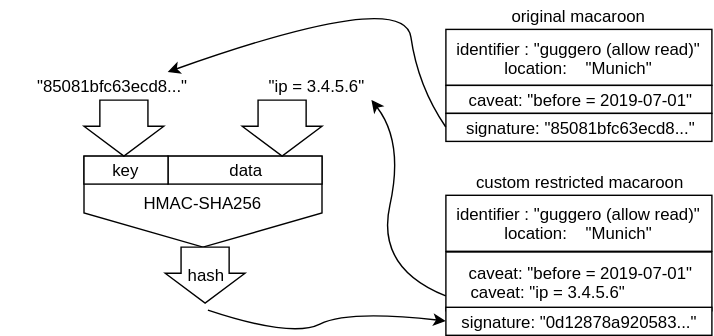
Earlier version of the draw.io export img/slides-06/macaroons-hash-chain-custom.svg (guggero/lightning-workshop). Source tidied: cells renumbered, new cells last; positions are measured from the earlier drawing's top-left corner, leaving out a move shared by most shapes.
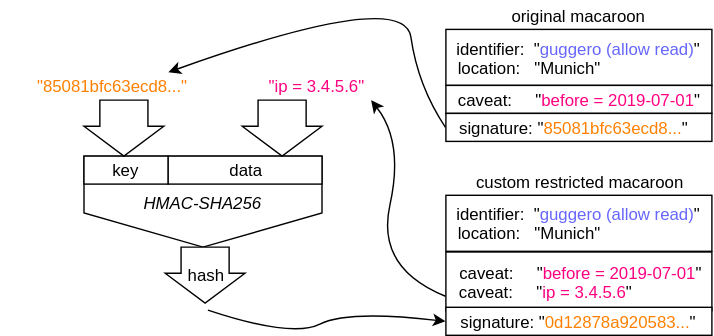
The same file after the commit.

Change to the diagram source:
```diff
@@ -2,16 +2,16 @@
   <root>
     <mxCell id="0" />
     <mxCell id="1" parent="0" />
-    <mxCell id="2" value="&lt;font style=&quot;font-size: 12px&quot;&gt;&quot;&lt;/font&gt;85081bfc63ecd8...&quot;" style="text;html=1;strokeColor=none;fillColor=none;align=center;verticalAlign=middle;whiteSpace=wrap;rounded=0;" parent="1" vertex="1">
+    <mxCell id="2" value="&lt;font style=&quot;font-size: 12px&quot;&gt;&quot;&lt;/font&gt;85081bfc63ecd8...&quot;" style="text;html=1;strokeColor=none;fillColor=none;align=center;verticalAlign=middle;whiteSpace=wrap;rounded=0;fontColor=#FF8000;" parent="1" vertex="1">
       <mxGeometry x="-0.5" y="60" width="160" height="20" as="geometry" />
     </mxCell>
-    <mxCell id="3" value="&lt;font style=&quot;font-size: 12px&quot;&gt;&quot;ip = 3.4.5.6&quot;&lt;/font&gt;" style="text;html=1;strokeColor=none;fillColor=none;align=center;verticalAlign=middle;whiteSpace=wrap;rounded=0;" parent="1" vertex="1">
+    <mxCell id="3" value="&lt;font style=&quot;font-size: 12px&quot;&gt;&quot;ip = 3.4.5.6&quot;&lt;/font&gt;" style="text;html=1;strokeColor=none;fillColor=none;align=center;verticalAlign=middle;whiteSpace=wrap;rounded=0;fontColor=#FF0080;" parent="1" vertex="1">
       <mxGeometry x="144.5" y="60" width="160" height="20" as="geometry" />
     </mxCell>
     <mxCell id="4" style="group;" parent="1" vertex="1">
       <mxGeometry x="59.5" y="80" width="170" height="145" as="geometry" />
     </mxCell>
-    <mxCell id="5" value="HMAC-SHA256" style="shape=offPageConnector;whiteSpace=wrap;html=1;" parent="4" vertex="1">
+    <mxCell id="5" value="&lt;i&gt;HMAC-SHA256&lt;/i&gt;" style="shape=offPageConnector;whiteSpace=wrap;html=1;" parent="4" vertex="1">
       <mxGeometry y="40" width="170" height="65" as="geometry" />
     </mxCell>
     <mxCell id="6" value="data" style="rounded=0;whiteSpace=wrap;html=1;" parent="4" vertex="1">
@@ -29,28 +29,28 @@
     <mxCell id="10" value="hash" style="shape=singleArrow;direction=south;whiteSpace=wrap;html=1;arrowWidth=0.6023013304566647;arrowSize=0.5339805825242727;" parent="4" vertex="1">
       <mxGeometry x="58" y="105" width="57" height="40" as="geometry" />
     </mxCell>
-    <mxCell id="11" value="identifier : &quot;guggero (allow read)&quot;&amp;nbsp;&lt;br&gt;location:&amp;nbsp; &amp;nbsp; &quot;Munich&quot;&amp;nbsp;&lt;br&gt;" style="rounded=0;whiteSpace=wrap;html=1;" parent="1" vertex="1">
+    <mxCell id="11" value="identifier:&amp;nbsp; &quot;&lt;font color=&quot;#6666ff&quot;&gt;guggero (allow read)&lt;/font&gt;&quot;&amp;nbsp;&lt;br&gt;location:&amp;nbsp; &amp;nbsp;&quot;Munich&quot;&amp;nbsp; &amp;nbsp; &amp;nbsp; &amp;nbsp; &amp;nbsp; &amp;nbsp; &amp;nbsp; &amp;nbsp; &amp;nbsp; &amp;nbsp; &amp;nbsp;&amp;nbsp;&lt;br&gt;" style="rounded=0;whiteSpace=wrap;html=1;" parent="1" vertex="1">
       <mxGeometry x="318" y="29.5" width="190" height="40" as="geometry" />
     </mxCell>
     <mxCell id="12" value="&lt;font style=&quot;font-size: 12px&quot;&gt;original macaroon&lt;/font&gt;" style="text;html=1;strokeColor=none;fillColor=none;align=center;verticalAlign=middle;whiteSpace=wrap;rounded=0;" parent="1" vertex="1">
       <mxGeometry x="333" y="9.5" width="160" height="20" as="geometry" />
     </mxCell>
-    <mxCell id="13" value="caveat: &quot;before = 2019-07-01&quot;" style="rounded=0;whiteSpace=wrap;html=1;" parent="1" vertex="1">
+    <mxCell id="13" value="caveat:&amp;nbsp; &amp;nbsp; &amp;nbsp;&quot;&lt;font color=&quot;#ff0080&quot;&gt;before = 2019-07-01&lt;/font&gt;&quot;" style="rounded=0;whiteSpace=wrap;html=1;" parent="1" vertex="1">
       <mxGeometry x="318" y="69.5" width="190" height="20" as="geometry" />
     </mxCell>
-    <mxCell id="14" value="signature: &quot;85081bfc63ecd8...&quot;" style="rounded=0;whiteSpace=wrap;html=1;" parent="1" vertex="1">
+    <mxCell id="14" value="signature: &quot;&lt;font color=&quot;#ff8000&quot;&gt;85081bfc63ecd8...&lt;/font&gt;&quot;&amp;nbsp; &amp;nbsp;" style="rounded=0;whiteSpace=wrap;html=1;" parent="1" vertex="1">
       <mxGeometry x="318" y="89.5" width="190" height="20" as="geometry" />
     </mxCell>
-    <mxCell id="15" value="identifier : &quot;guggero (allow read)&quot;&amp;nbsp;&lt;br&gt;location:&amp;nbsp; &amp;nbsp; &quot;Munich&quot;&amp;nbsp;&lt;br&gt;" style="rounded=0;whiteSpace=wrap;html=1;" parent="1" vertex="1">
+    <mxCell id="15" value="identifier:&amp;nbsp; &quot;&lt;font color=&quot;#6666ff&quot;&gt;guggero (allow read)&lt;/font&gt;&quot;&amp;nbsp;&lt;br&gt;location:&amp;nbsp; &amp;nbsp;&quot;Munich&quot;&amp;nbsp; &amp;nbsp; &amp;nbsp; &amp;nbsp; &amp;nbsp; &amp;nbsp; &amp;nbsp; &amp;nbsp; &amp;nbsp; &amp;nbsp; &amp;nbsp;&amp;nbsp;&lt;br&gt;" style="rounded=0;whiteSpace=wrap;html=1;" parent="1" vertex="1">
       <mxGeometry x="318" y="148" width="190" height="40" as="geometry" />
     </mxCell>
     <mxCell id="16" value="&lt;font style=&quot;font-size: 12px&quot;&gt;custom restricted macaroon&lt;/font&gt;" style="text;html=1;strokeColor=none;fillColor=none;align=center;verticalAlign=middle;whiteSpace=wrap;rounded=0;" parent="1" vertex="1">
       <mxGeometry x="333" y="128" width="160" height="20" as="geometry" />
     </mxCell>
-    <mxCell id="17" value="caveat: &quot;before = 2019-07-01&quot;&lt;br&gt;caveat: &quot;ip = 3.4.5.6&quot;&amp;nbsp; &amp;nbsp; &amp;nbsp; &amp;nbsp; &amp;nbsp; &amp;nbsp; &amp;nbsp;&amp;nbsp;&lt;br&gt;" style="rounded=0;whiteSpace=wrap;html=1;" parent="1" vertex="1">
+    <mxCell id="17" value="caveat:&amp;nbsp; &amp;nbsp; &amp;nbsp;&quot;&lt;font color=&quot;#ff0080&quot;&gt;before = 2019-07-01&lt;/font&gt;&quot;&lt;br&gt;caveat:&amp;nbsp; &amp;nbsp; &amp;nbsp;&quot;&lt;font color=&quot;#ff0080&quot;&gt;ip = 3.4.5.6&lt;/font&gt;&quot;&amp;nbsp; &amp;nbsp; &amp;nbsp; &amp;nbsp; &amp;nbsp; &amp;nbsp; &amp;nbsp; &amp;nbsp;&lt;br&gt;" style="rounded=0;whiteSpace=wrap;html=1;" parent="1" vertex="1">
       <mxGeometry x="318" y="188.5" width="190" height="42" as="geometry" />
     </mxCell>
-    <mxCell id="18" value="signature: &quot;0d12878a920583...&quot;" style="rounded=0;whiteSpace=wrap;html=1;" parent="1" vertex="1">
+    <mxCell id="18" value="signature: &quot;&lt;font color=&quot;#ff8000&quot;&gt;0d12878a920583...&lt;/font&gt;&quot;&amp;nbsp;" style="rounded=0;whiteSpace=wrap;html=1;" parent="1" vertex="1">
       <mxGeometry x="318" y="228" width="190" height="20" as="geometry" />
     </mxCell>
     <mxCell id="19" style="curved=1;endArrow=classic;html=1;entryX=0.75;entryY=0;entryDx=0;entryDy=0;exitX=0;exitY=0.5;exitDx=0;exitDy=0;" parent="1" edge="1" source="14" target="2">
```
